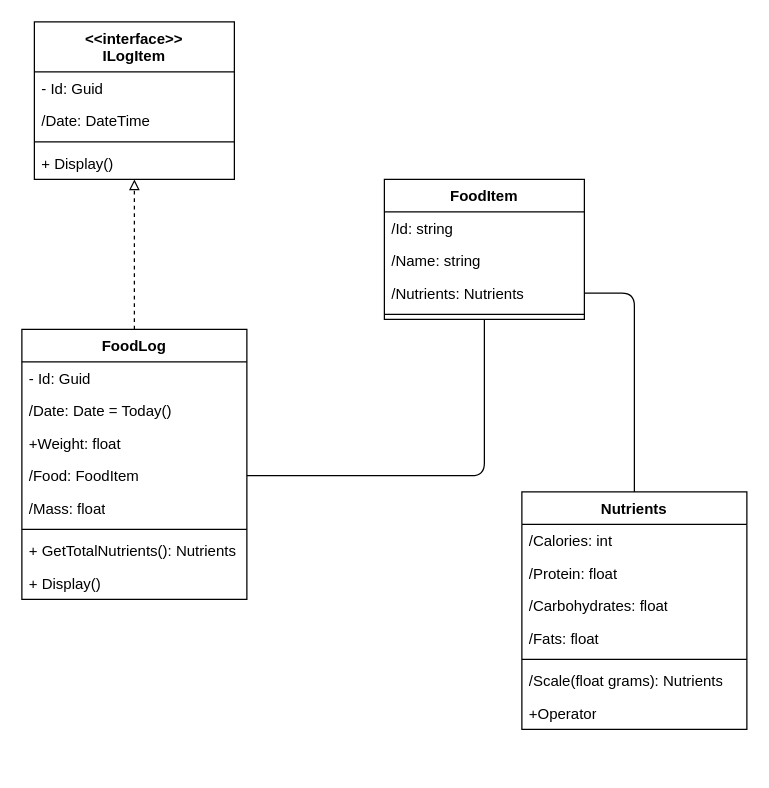
Earlier version of the draw.io diagram page "Class Diagram" (3 of 3) of System Design.drawio (apaquette/MacroMate). Source tidied: cells renumbered, new cells numbered last; positions are measured from the earlier drawing's top-left corner, leaving out a move shared by most shapes. Both pictures are drawn from the tidied source at 125%, with x=0, y=0 at pixel (21, 21).
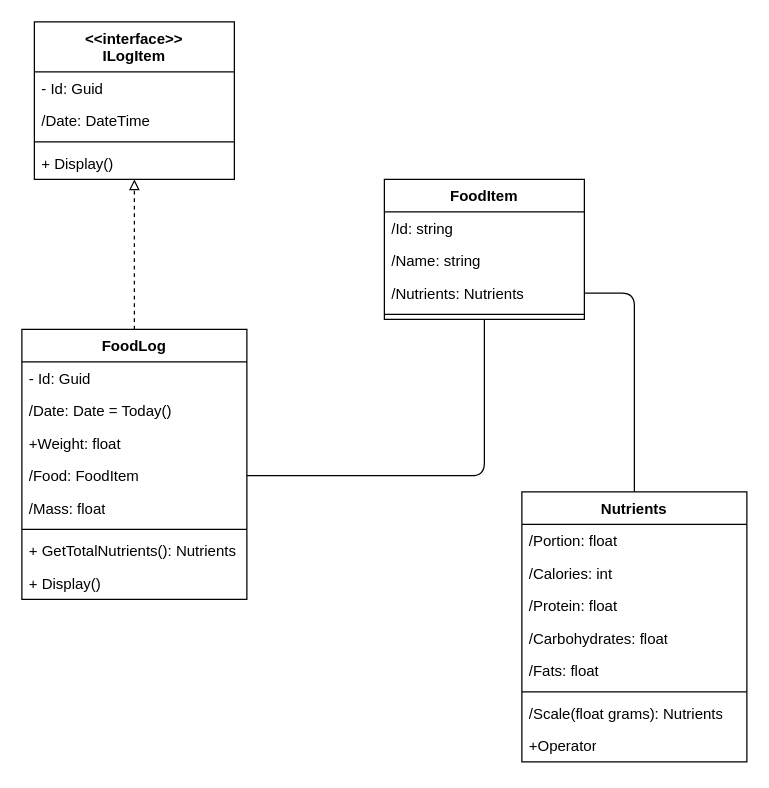
The same diagram, later.

Commit message (it also covers changes not shown here):
Added portion size to nutrients

What changed in the source:
```diff
@@
     <mxCell id="9" value="Nutrients" style="swimlane;fontStyle=1;align=center;verticalAlign=top;horizontal=1;startSize=26;whiteSpace=wrap;html=1;" parent="1" vertex="1">
-      <mxGeometry x="400" y="376" width="180" height="190" as="geometry" />
+      <mxGeometry x="400" y="376" width="180" height="216" as="geometry" />
     </mxCell>
+    <mxCell id="32" value="/Portion: float" style="text;strokeColor=none;fillColor=none;align=left;verticalAlign=top;spacingLeft=4;spacingRight=4;overflow=hidden;whiteSpace=wrap;html=1;" parent="9" vertex="1">
+      <mxGeometry y="26" width="180" height="26" as="geometry" />
+    </mxCell>
     <mxCell id="10" value="/Calories: int" style="text;strokeColor=none;fillColor=none;align=left;verticalAlign=top;spacingLeft=4;spacingRight=4;overflow=hidden;whiteSpace=wrap;html=1;" parent="9" vertex="1">
-      <mxGeometry y="26" width="180" height="26" as="geometry" />
+      <mxGeometry y="52" width="180" height="26" as="geometry" />
     </mxCell>
     <mxCell id="11" value="/Protein: float" style="text;strokeColor=none;fillColor=none;align=left;verticalAlign=top;spacingLeft=4;spacingRight=4;overflow=hidden;whiteSpace=wrap;html=1;" parent="9" vertex="1">
-      <mxGeometry y="52" width="180" height="26" as="geometry" />
+      <mxGeometry y="78" width="180" height="26" as="geometry" />
     </mxCell>
     <mxCell id="12" value="/Carbohydrates: float" style="text;strokeColor=none;fillColor=none;align=left;verticalAlign=top;spacingLeft=4;spacingRight=4;overflow=hidden;whiteSpace=wrap;html=1;" parent="9" vertex="1">
-      <mxGeometry y="78" width="180" height="26" as="geometry" />
+      <mxGeometry y="104" width="180" height="26" as="geometry" />
     </mxCell>
     <mxCell id="13" value="/Fats: float" style="text;strokeColor=none;fillColor=none;align=left;verticalAlign=top;spacingLeft=4;spacingRight=4;overflow=hidden;whiteSpace=wrap;html=1;" parent="9" vertex="1">
-      <mxGeometry y="104" width="180" height="26" as="geometry" />
+      <mxGeometry y="130" width="180" height="26" as="geometry" />
     </mxCell>
     <mxCell id="14" style="line;strokeWidth=1;fillColor=none;align=left;verticalAlign=middle;spacingTop=-1;spacingLeft=3;spacingRight=3;labelPosition=right;strokeColor=inherit;" parent="9" vertex="1">
-      <mxGeometry y="130" width="180" height="8" as="geometry" />
+      <mxGeometry y="156" width="180" height="8" as="geometry" />
     </mxCell>
     <mxCell id="15" value="/Scale(float grams): Nutrients" style="text;strokeColor=none;fillColor=none;align=left;verticalAlign=top;spacingLeft=4;spacingRight=4;overflow=hidden;whiteSpace=wrap;html=1;" parent="9" vertex="1">
-      <mxGeometry y="138" width="180" height="26" as="geometry" />
+      <mxGeometry y="164" width="180" height="26" as="geometry" />
     </mxCell>
     <mxCell id="16" value="+Operator" style="text;strokeColor=none;fillColor=none;align=left;verticalAlign=top;spacingLeft=4;spacingRight=4;overflow=hidden;whiteSpace=wrap;html=1;" parent="9" vertex="1">
-      <mxGeometry y="164" width="180" height="26" as="geometry" />
+      <mxGeometry y="190" width="180" height="26" as="geometry" />
     </mxCell>
```
